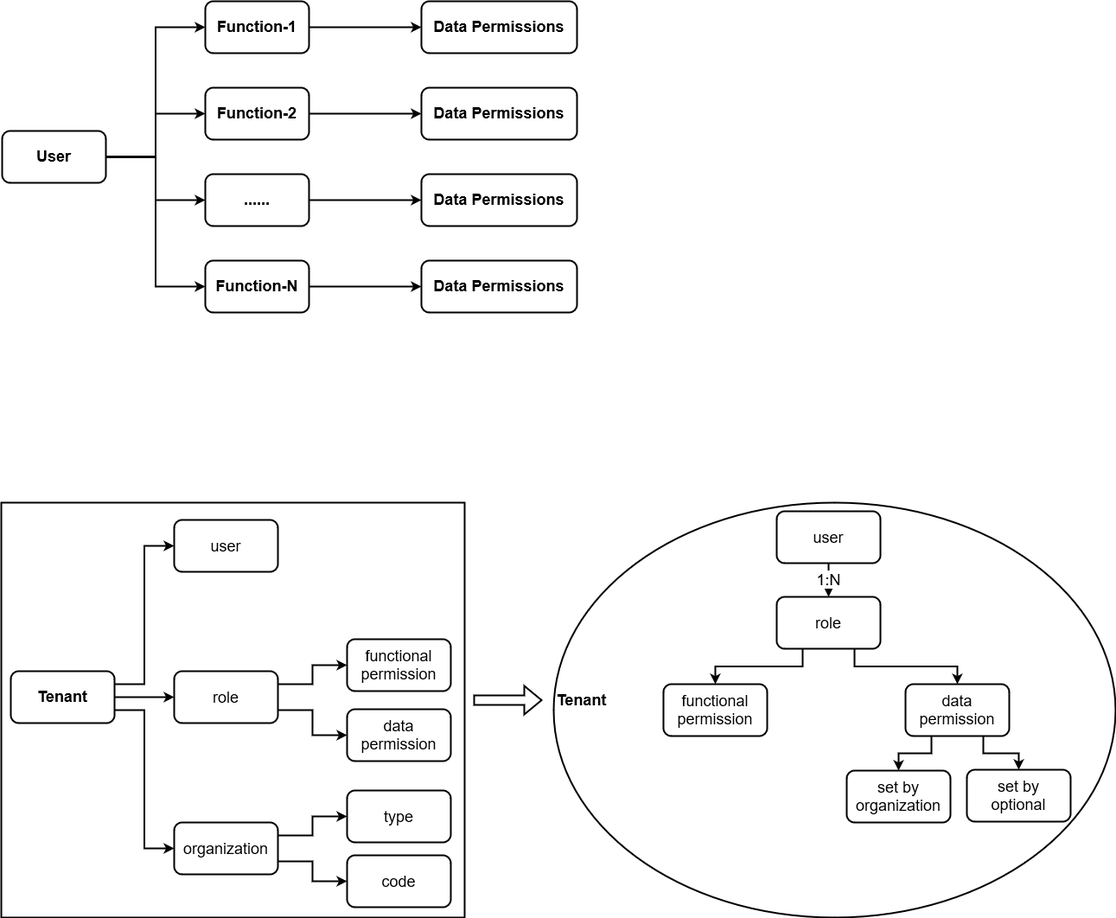
The draw.io diagram Infrastructure.drawio.png in jackie-thank/beego-authz, before a commit. Source tidied: cells renumbered, new cells last; positions are measured from the earlier drawing's top-left corner, leaving out a move shared by most shapes.
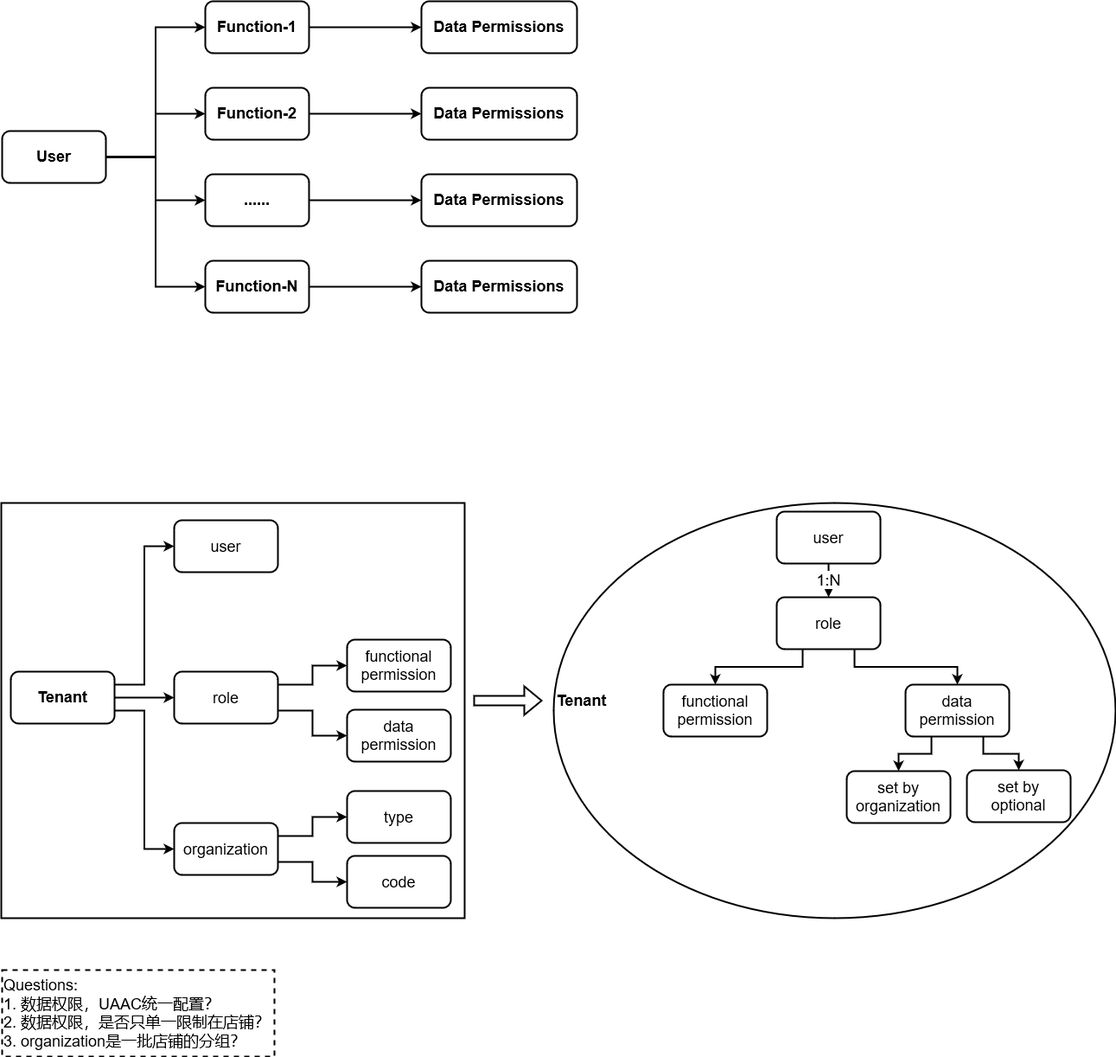
Later version of the same file.

Diff of the diagram source:
```diff
@@ -143,5 +143,8 @@
     <mxCell id="47" value="&lt;div&gt;set by&lt;br&gt;&lt;/div&gt;&lt;div&gt;optional&lt;/div&gt;" style="rounded=1;whiteSpace=wrap;html=1;strokeWidth=2;fontSize=18;" parent="1" vertex="1">
       <mxGeometry x="1117" y="889" width="120" height="60" as="geometry" />
     </mxCell>
+    <mxCell id="48" value="&lt;div&gt;Questions:&lt;br&gt;&lt;/div&gt;&lt;div&gt;1. 数据权限，UAAC统一配置？&lt;/div&gt;&lt;div&gt;2. 数据权限，是否只单一限制在店铺？&lt;/div&gt;&lt;div&gt;3. organization是一批店铺的分组？&lt;br&gt;&lt;/div&gt;" style="rounded=0;whiteSpace=wrap;html=1;strokeWidth=2;fontSize=18;align=left;dashed=1;" parent="1" vertex="1">
+      <mxGeometry x="1" y="1120" width="315" height="100" as="geometry" />
+    </mxCell>
   </root>
 </mxGraphModel>
```
